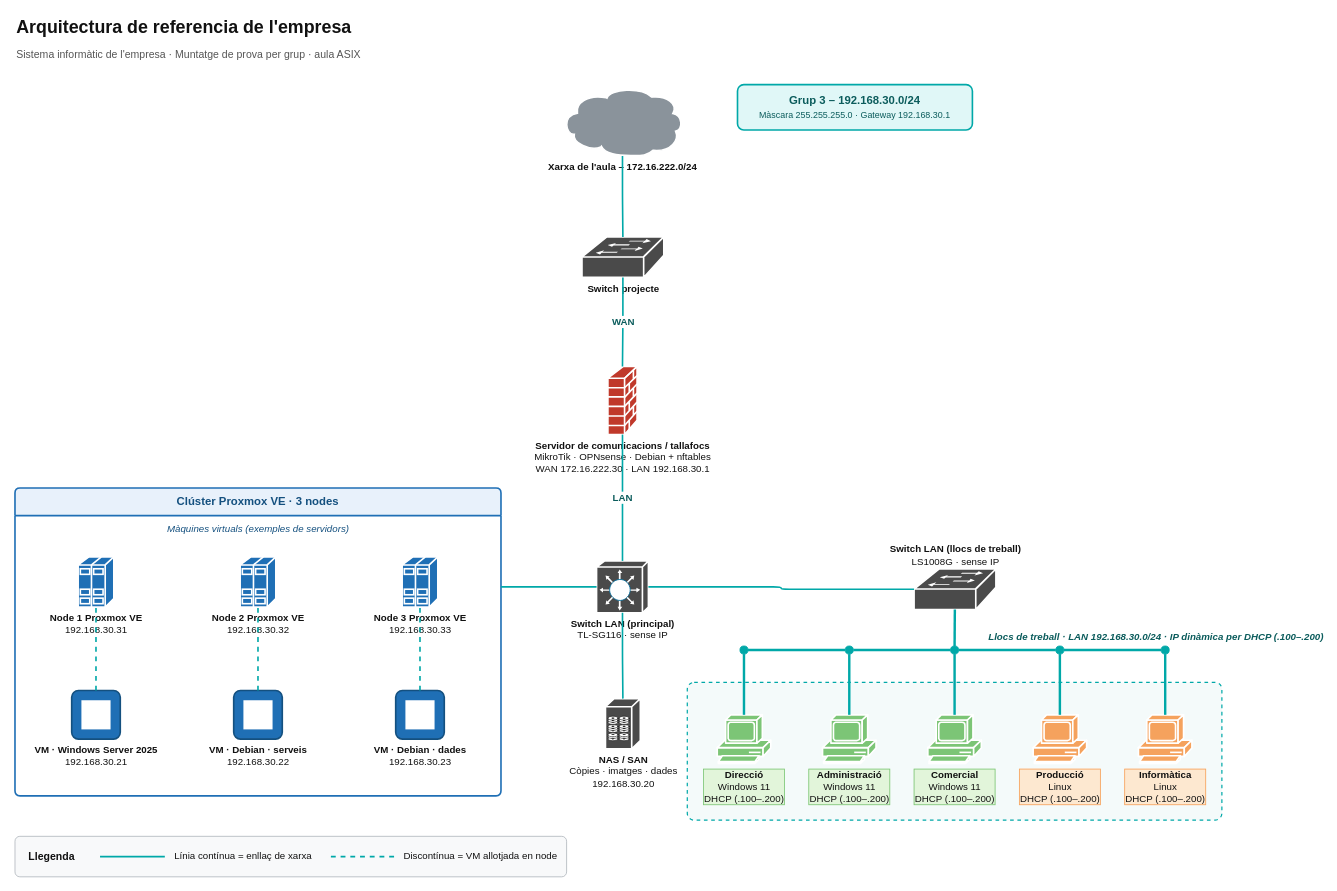
Before: diagrames/arquitectura-red.drawio in varo010/asix-aula-grup-03-ISO, a draw.io diagram. Source tidied: cells renumbered, new cells numbered last; positions are measured from the earlier drawing's top-left corner, leaving out a move shared by most shapes. Both pictures are drawn from the tidied source at 81%, with x=0, y=0 at pixel (15, 14).
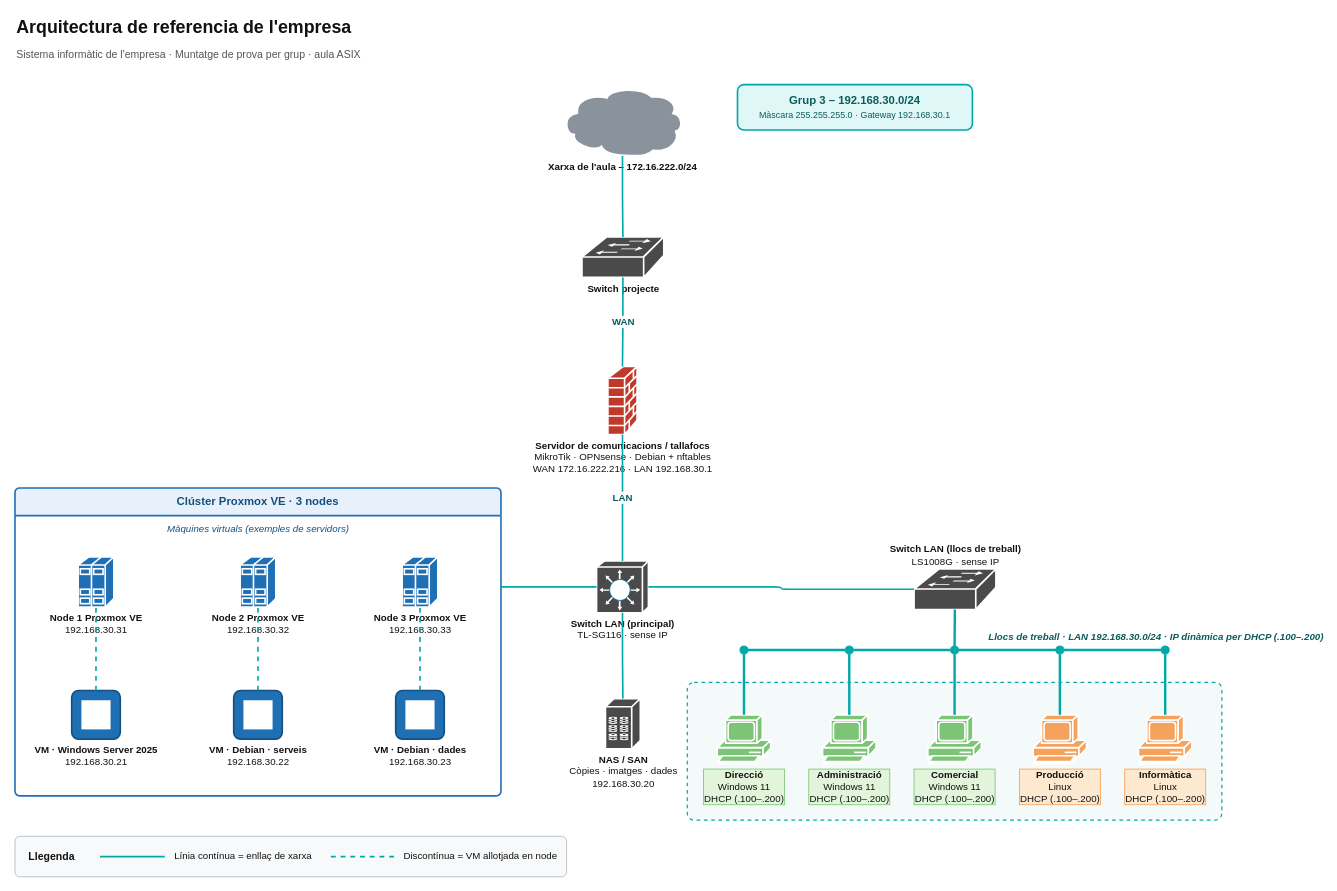
The same diagram, later.

Commit message (it also covers changes not shown here):
docs: WAN del MikroTik en 172.16.222.216 y DNS del centro (172.16.222.1) en lugar de 8.8.8.8

Diff of the diagram source:
```diff
@@
-    <mxCell id="7" value="&lt;b&gt;Servidor de comunicacions / tallafocs&lt;/b&gt;&lt;br&gt;MikroTik · OPNsense · Debian + nftables&lt;br&gt;WAN 172.16.222.30 · LAN 192.168.30.1" style="strokeColor=#ffffff;sketch=0;html=1;dashed=0;fillColor=#C0392B;strokeWidth=2;verticalLabelPosition=bottom;verticalAlign=top;align=center;outlineConnect=0;shape=mxgraph.cisco.security.firewall;fontSize=12;fontColor=#111111;labelPerimeter=1;" parent="1" vertex="1">
+    <mxCell id="7" value="&lt;b&gt;Servidor de comunicacions / tallafocs&lt;/b&gt;&lt;br&gt;MikroTik · OPNsense · Debian + nftables&lt;br&gt;WAN 172.16.222.216 · LAN 192.168.30.1" style="strokeColor=#ffffff;sketch=0;html=1;dashed=0;fillColor=#C0392B;strokeWidth=2;verticalLabelPosition=bottom;verticalAlign=top;align=center;outlineConnect=0;shape=mxgraph.cisco.security.firewall;fontSize=12;fontColor=#111111;labelPerimeter=1;" parent="1" vertex="1">
       <mxGeometry x="732" y="435" width="36" height="84" as="geometry" />
     </mxCell>
```
